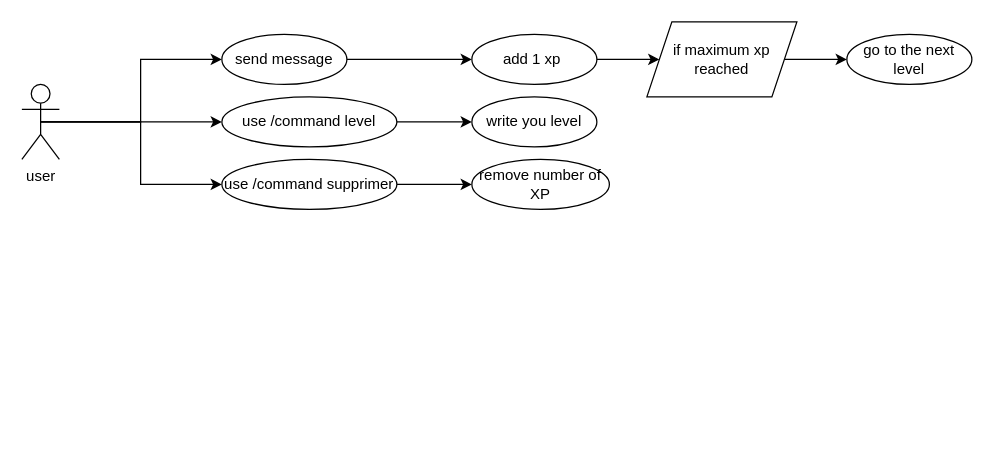
Above: docs/DiagrameDeFlus.drawio in PROJPOO-GestBot/GestBot-Adam (draw.io), before the change. Source tidied: cells renumbered, new cells numbered last; positions are measured from the earlier drawing's top-left corner, leaving out a move shared by most shapes. Both pictures are drawn from the tidied source at 125%, with x=0, y=0 at pixel (21, 21).
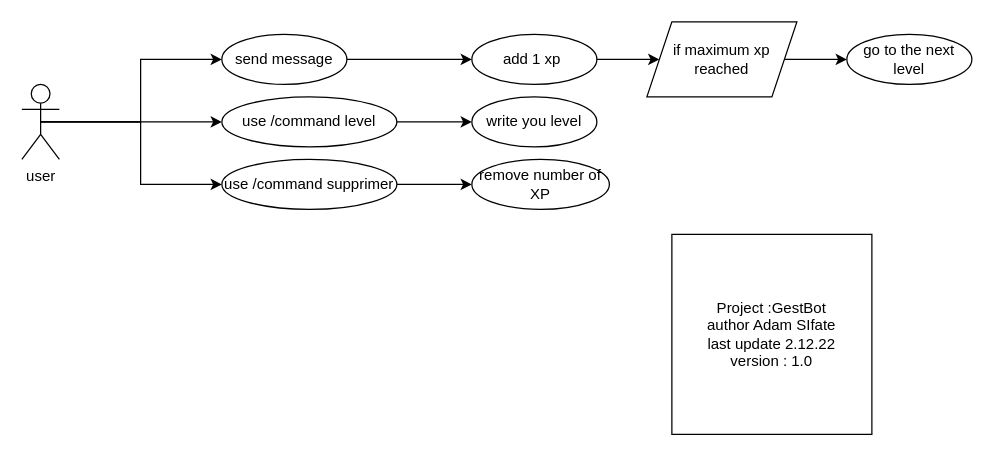
After the change.

The edit, as a diff of the source:
```diff
@@
+    <mxCell id="19" value="Project :GestBot&lt;br&gt;author Adam SIfate&lt;br&gt;last update 2.12.22&lt;br&gt;version : 1.0" style="rounded=0;whiteSpace=wrap;html=1;" parent="1" vertex="1">
+      <mxGeometry x="520" y="170" width="160" height="160" as="geometry" />
+    </mxCell>
```
